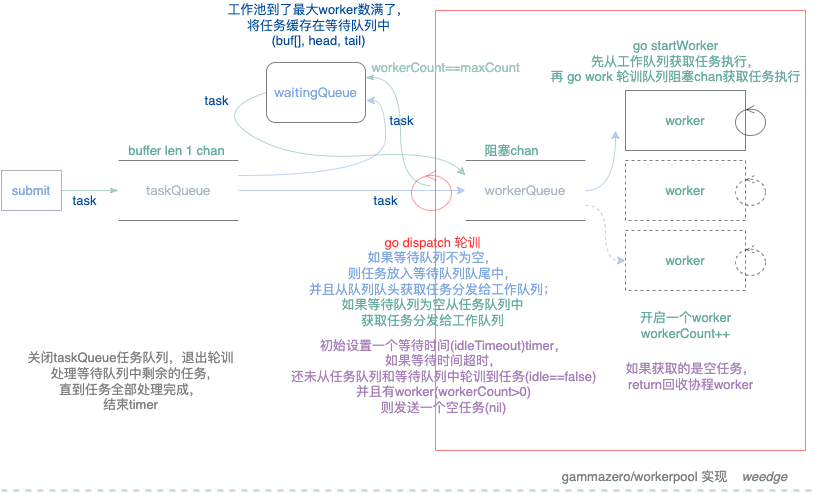
Before: go-workerpool.drawio.png, a diagram exported from draw.io (weedge/mypic). Source tidied: cells renumbered, new cells last; positions are measured from the earlier drawing's top-left corner, leaving out a move shared by most shapes.
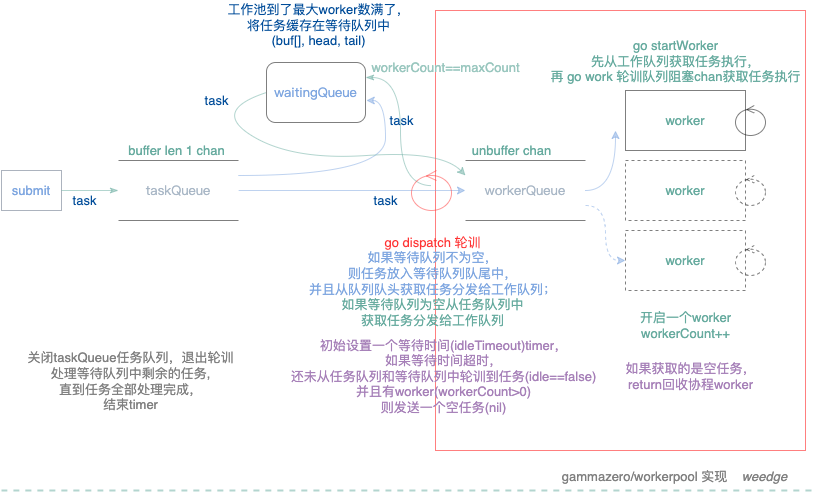
Later version of the same file.

The edit, as a diff of the source:
```diff
@@ -40,8 +40,8 @@
     <mxCell id="13" value="&lt;font color=&quot;#ff3333&quot;&gt;go dispatch 轮训&lt;br&gt;&lt;/font&gt;&lt;font color=&quot;#7ea6e0&quot;&gt;如果等待队列不为空，&lt;br&gt;则任务放入等待队列队尾中，&lt;br&gt;并且从队列队头获取任务分发给工作队列；&lt;br&gt;&lt;/font&gt;如果等待队列为空从任务队列中&lt;br&gt;获取任务分发给工作队列&lt;font color=&quot;#ff3333&quot;&gt;&lt;br&gt;&lt;/font&gt;" style="text;html=1;align=center;verticalAlign=middle;strokeColor=none;fillColor=none;fontSize=13;fontColor=#67AB9F;" parent="1" vertex="1">
       <mxGeometry x="301" y="231" width="260" height="100" as="geometry" />
     </mxCell>
-    <mxCell id="14" value="阻塞chan" style="text;html=1;align=center;verticalAlign=middle;strokeColor=none;fillColor=none;fontSize=13;fontColor=#67AB9F;" parent="1" vertex="1">
-      <mxGeometry x="475" y="140" width="70" height="20" as="geometry" />
+    <mxCell id="14" value="unbuffer chan" style="text;html=1;align=center;verticalAlign=middle;strokeColor=none;fillColor=none;fontSize=13;fontColor=#67AB9F;" parent="1" vertex="1">
+      <mxGeometry x="465" y="140" width="90" height="20" as="geometry" />
     </mxCell>
     <mxCell id="15" value="buffer len 1 chan" style="text;html=1;align=center;verticalAlign=middle;strokeColor=none;fillColor=none;fontSize=13;fontColor=#67AB9F;" parent="1" vertex="1">
       <mxGeometry x="120" y="140" width="110" height="20" as="geometry" />
```
